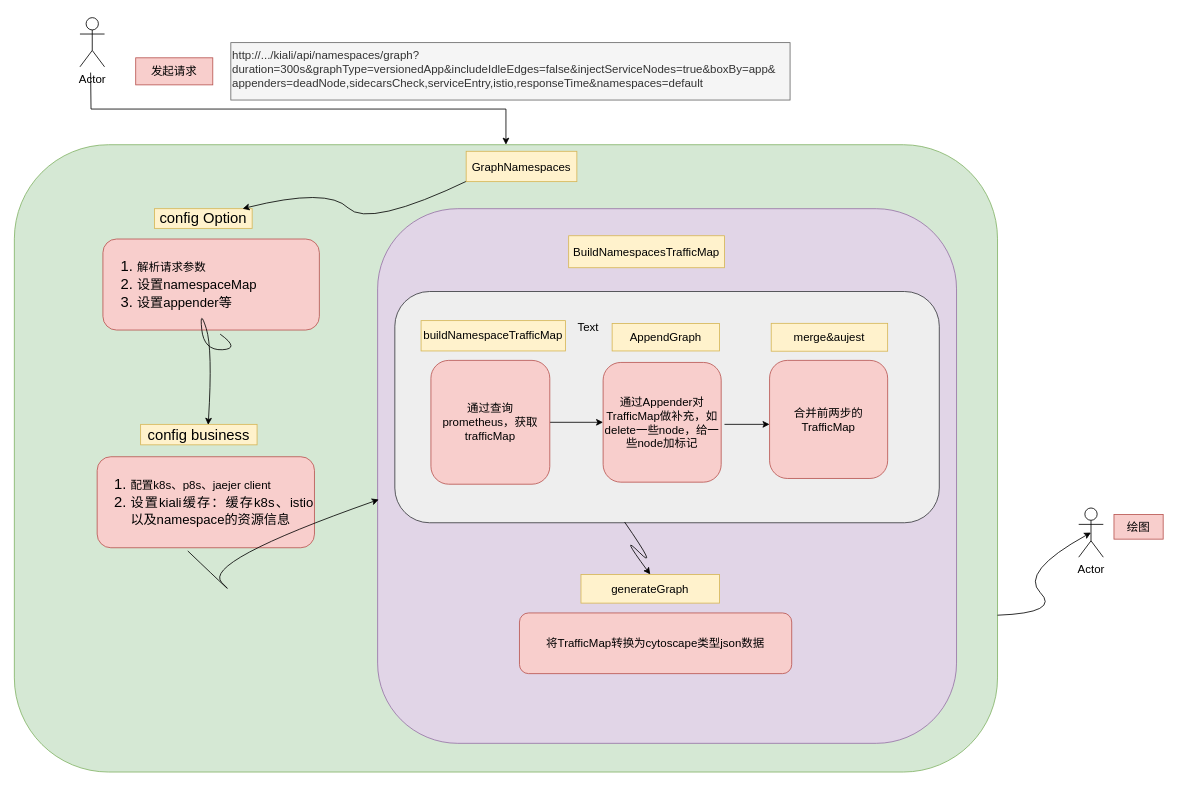
mark8s/service-mesh keeps this draw.io diagram as concepts/kiali.drawio. Above is the earlier version. Source tidied: cells renumbered, new cells numbered last; positions are measured from the earlier drawing's top-left corner, leaving out a move shared by most shapes. Both pictures are drawn from the tidied source at 82%, with x=0, y=0 at pixel (14, 17).
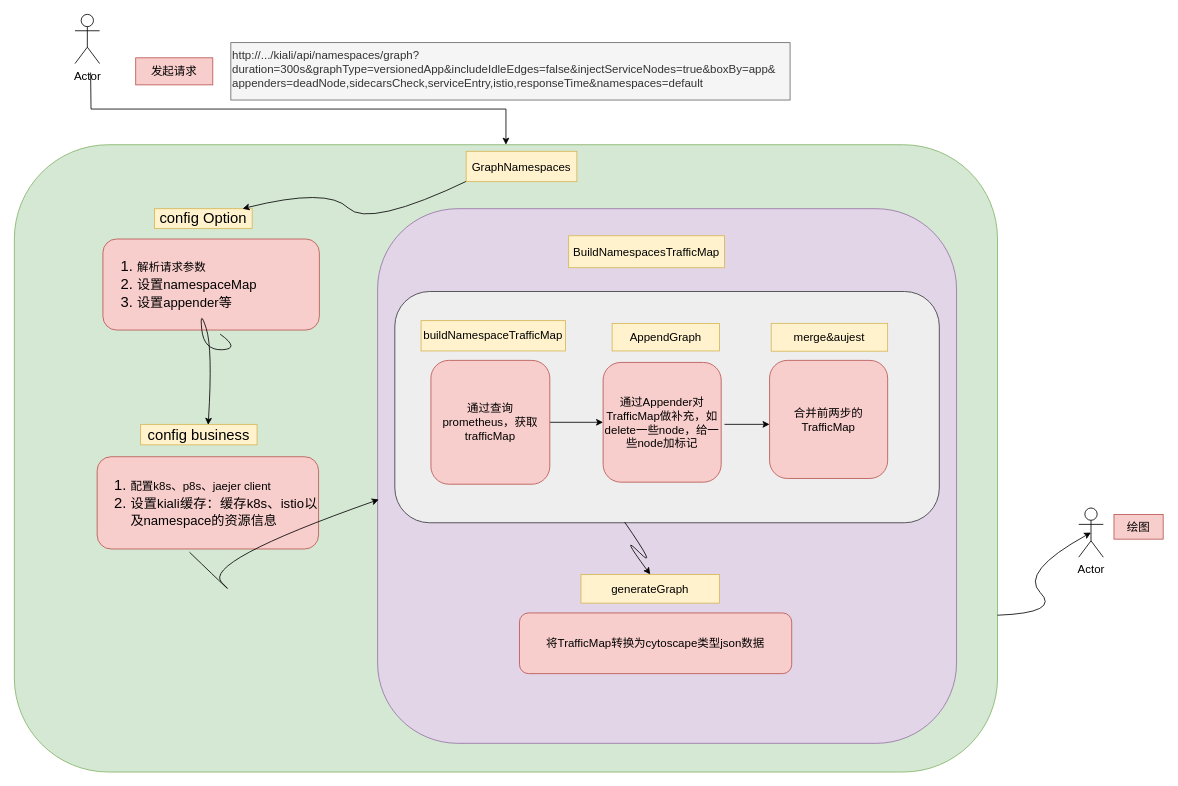
After the change.

Change to the diagram source:
```diff
@@
     <mxCell id="3" value="&lt;ol&gt;&lt;li style=&quot;text-align: justify&quot;&gt;&lt;font style=&quot;font-size: 14px&quot;&gt;配置k8s、p8s、jaejer client&lt;/font&gt;&lt;/li&gt;&lt;li style=&quot;text-align: justify&quot;&gt;&lt;font size=&quot;3&quot;&gt;设置kiali缓存：缓存k8s、istio以及namespace的资源信息&lt;/font&gt;&lt;/li&gt;&lt;/ol&gt;" style="rounded=1;whiteSpace=wrap;html=1;fontSize=18;fillColor=#f8cecc;strokeColor=#b85450;" parent="1" vertex="1">
-      <mxGeometry x="101" y="535.5" width="265" height="111" as="geometry" />
+      <mxGeometry x="101" y="535.5" width="270" height="112.5" as="geometry" />
     </mxCell>
@@
-    <mxCell id="25" value="Text" style="text;html=1;strokeColor=none;fillColor=none;align=center;verticalAlign=middle;whiteSpace=wrap;rounded=0;fontSize=14;" parent="1" vertex="1">
-      <mxGeometry x="670" y="363" width="60" height="30" as="geometry" />
-    </mxCell>
@@
     <mxCell id="32" value="Actor" style="shape=umlActor;verticalLabelPosition=bottom;verticalAlign=top;html=1;fontSize=14;" parent="1" vertex="1">
-      <mxGeometry x="80" width="30" height="60" as="geometry" />
+      <mxGeometry x="74" y="-4" width="30" height="60" as="geometry" />
     </mxCell>
```
